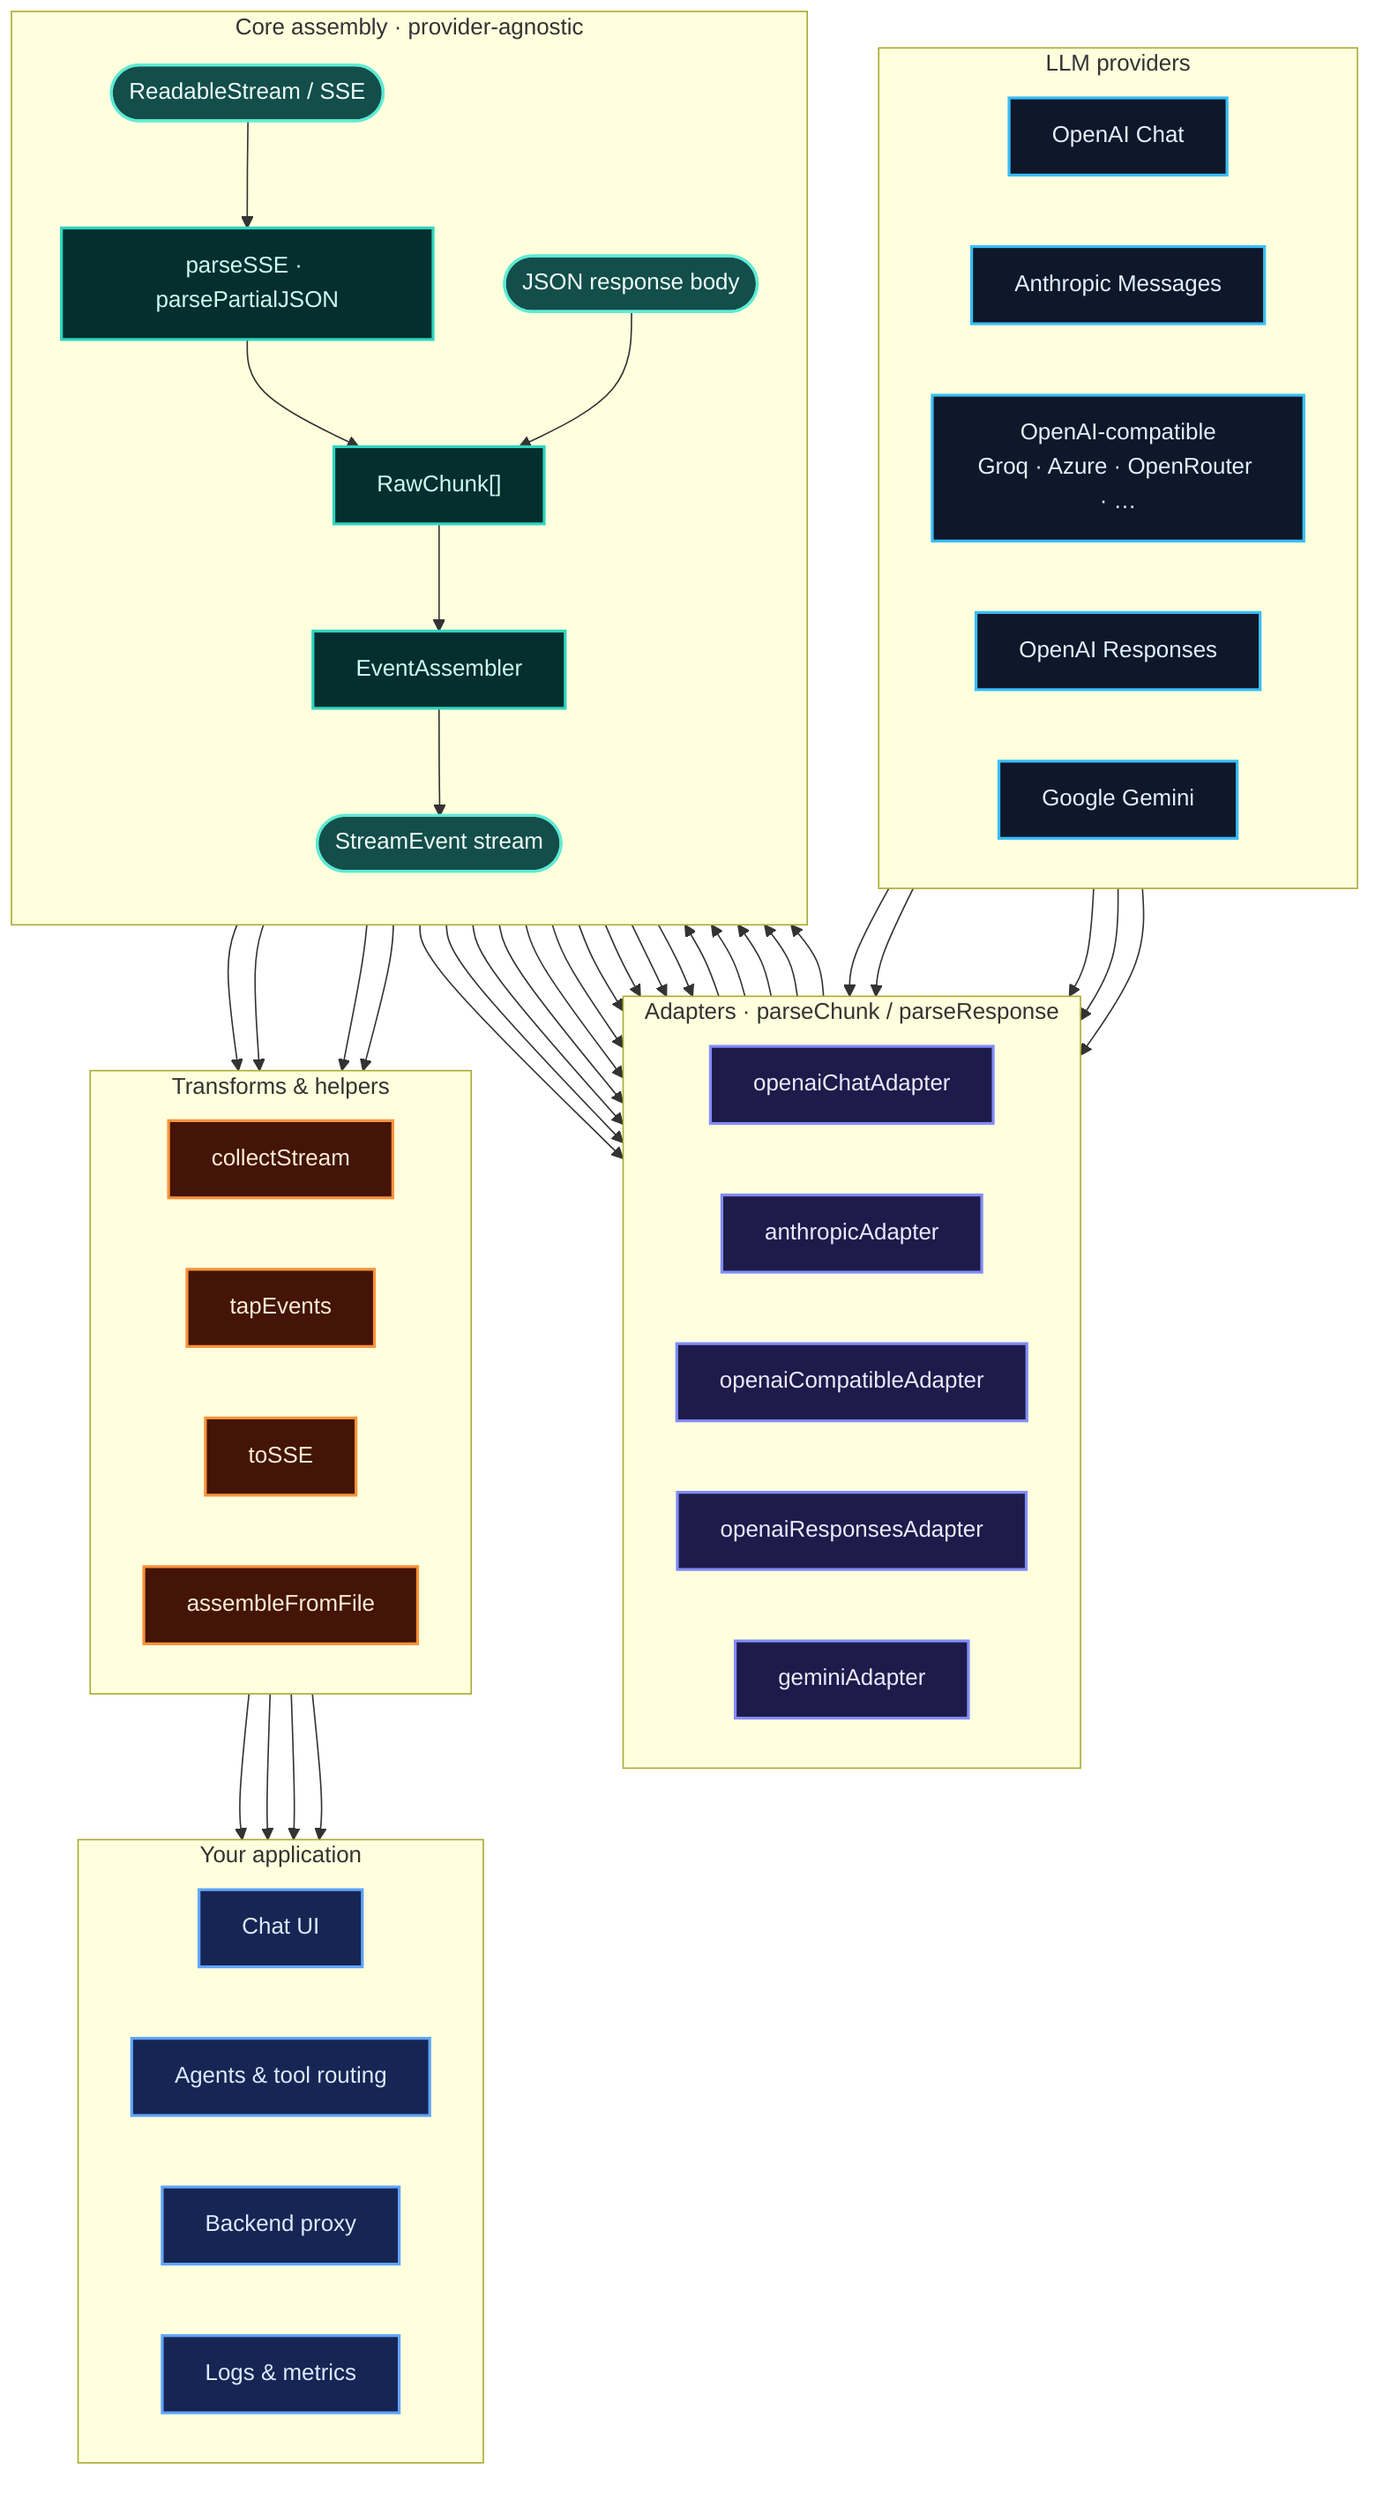
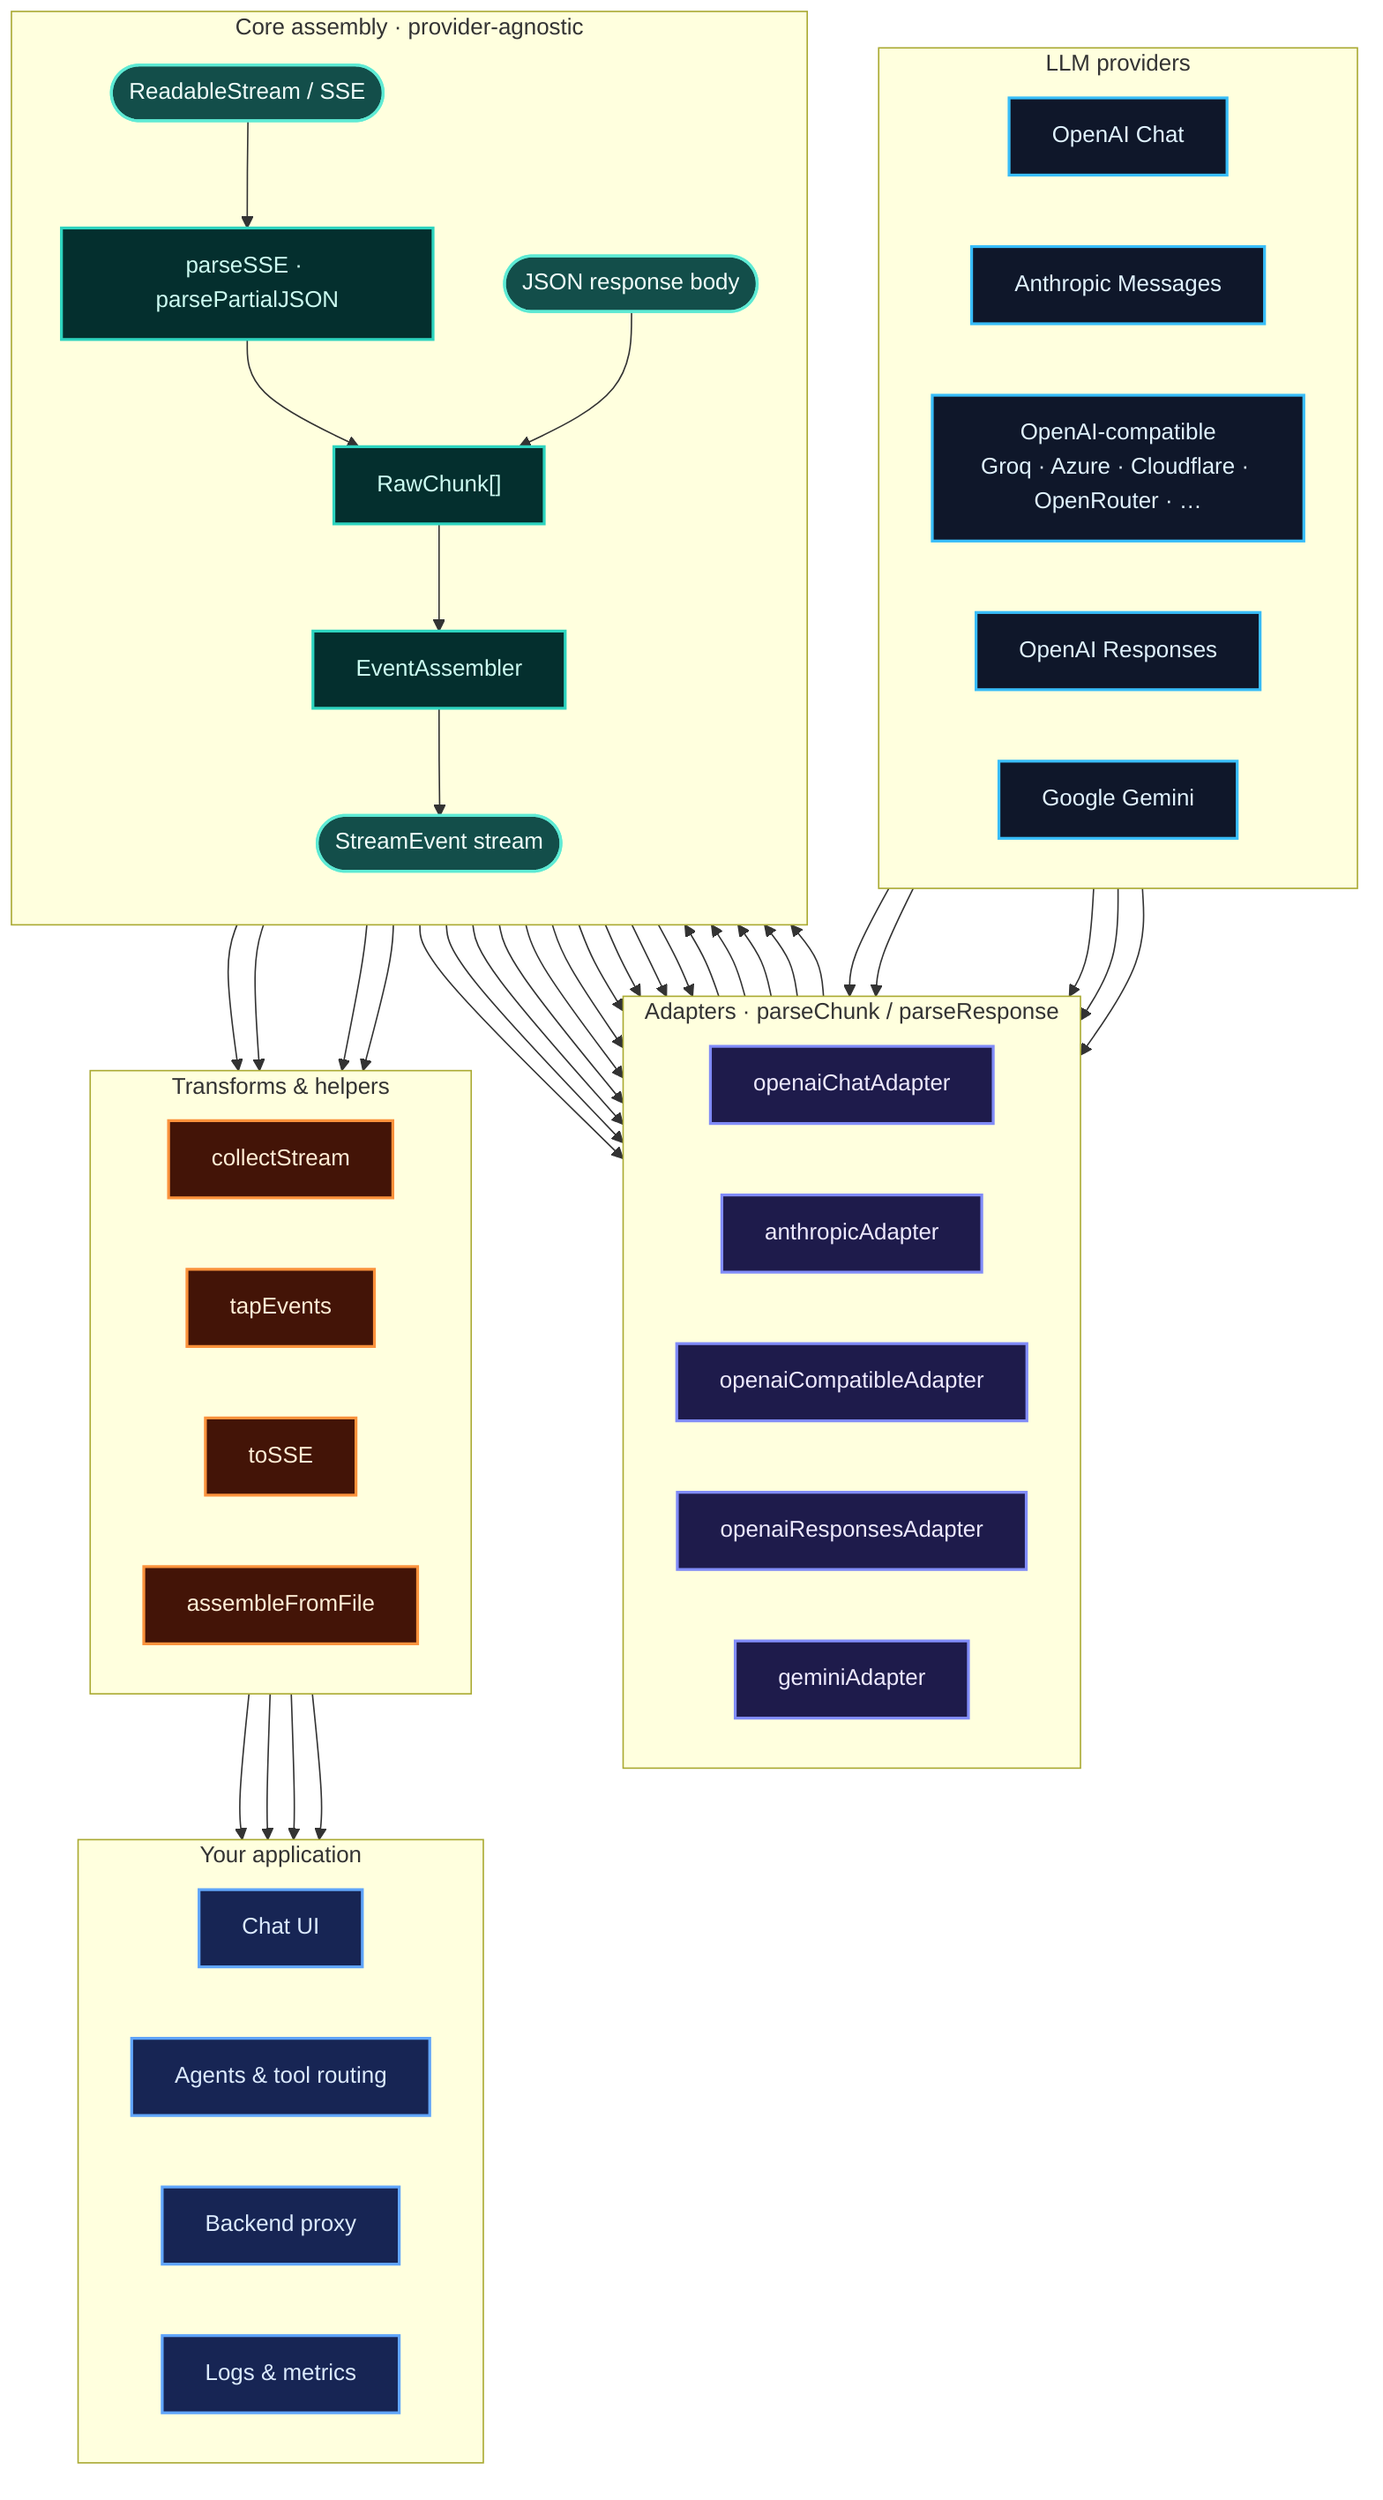
flowchart TB
	subgraph PROVIDERS["LLM providers"]
		direction LR
		PC["OpenAI Chat"]
		PA["Anthropic Messages"]
- 		PO["OpenAI-compatible<br/>Groq · Azure · OpenRouter · …"]
+ 		PO["OpenAI-compatible<br/>Groq · Azure · Cloudflare · OpenRouter · …"]
		PR["OpenAI Responses"]
		PG["Google Gemini"]
	end

	subgraph ADAPTERS["Adapters · parseChunk / parseResponse"]
		direction LR
		AC["openaiChatAdapter"]
		AA["anthropicAdapter"]
		AO["openaiCompatibleAdapter"]
		AR["openaiResponsesAdapter"]
		AG["geminiAdapter"]
	end

	subgraph CORE["Core assembly · provider-agnostic"]
		direction TB
		STREAM(["ReadableStream / SSE"])
		JSON(["JSON response body"])
		PARSE["parseSSE · parsePartialJSON"]
		RAW["RawChunk[]"]
		ASM["EventAssembler"]
		EVENTS(["StreamEvent stream"])
		STREAM --> PARSE --> RAW --> ASM --> EVENTS
		JSON --> RAW
	end

	subgraph TRANSFORMS["Transforms & helpers"]
		direction LR
		COL["collectStream"]
		TAP["tapEvents"]
		SSEOUT["toSSE"]
		REPLAY["assembleFromFile"]
	end

	subgraph APPS["Your application"]
		direction LR
		UI["Chat UI"]
		AGENT["Agents & tool routing"]
		PROXY["Backend proxy"]
		OBS["Logs & metrics"]
	end

	PC --> AC
	PA --> AA
	PO --> AO
	PR --> AR
	PG --> AG
	PARSE --> AC
	PARSE --> AA
	PARSE --> AO
	PARSE --> AR
	PARSE --> AG
	AC --> RAW
	AA --> RAW
	AO --> RAW
	AR --> RAW
	AG --> RAW
	JSON --> AC
	JSON --> AA
	JSON --> AO
	JSON --> AR
	JSON --> AG
	EVENTS --> COL
	EVENTS --> TAP
	EVENTS --> SSEOUT
	EVENTS --> REPLAY
	COL --> UI
	COL --> AGENT
	SSEOUT --> PROXY
	TAP --> OBS

	classDef provider fill:#0f172a,stroke:#38bdf8,stroke-width:2px,color:#e0f2fe
	classDef adapter fill:#1e1b4b,stroke:#818cf8,stroke-width:2px,color:#ede9fe
	classDef core fill:#042f2e,stroke:#2dd4bf,stroke-width:2px,color:#ccfbf1
	classDef io fill:#134e4a,stroke:#5eead4,stroke-width:2px,color:#f0fdfa
	classDef transform fill:#431407,stroke:#fb923c,stroke-width:2px,color:#ffedd5
	classDef app fill:#172554,stroke:#60a5fa,stroke-width:2px,color:#dbeafe

	class PC,PA,PO,PR,PG provider
	class AC,AA,AO,AR,AG adapter
	class PARSE,RAW,ASM core
	class STREAM,JSON,EVENTS io
	class COL,TAP,SSEOUT,REPLAY transform
	class UI,AGENT,PROXY,OBS app
